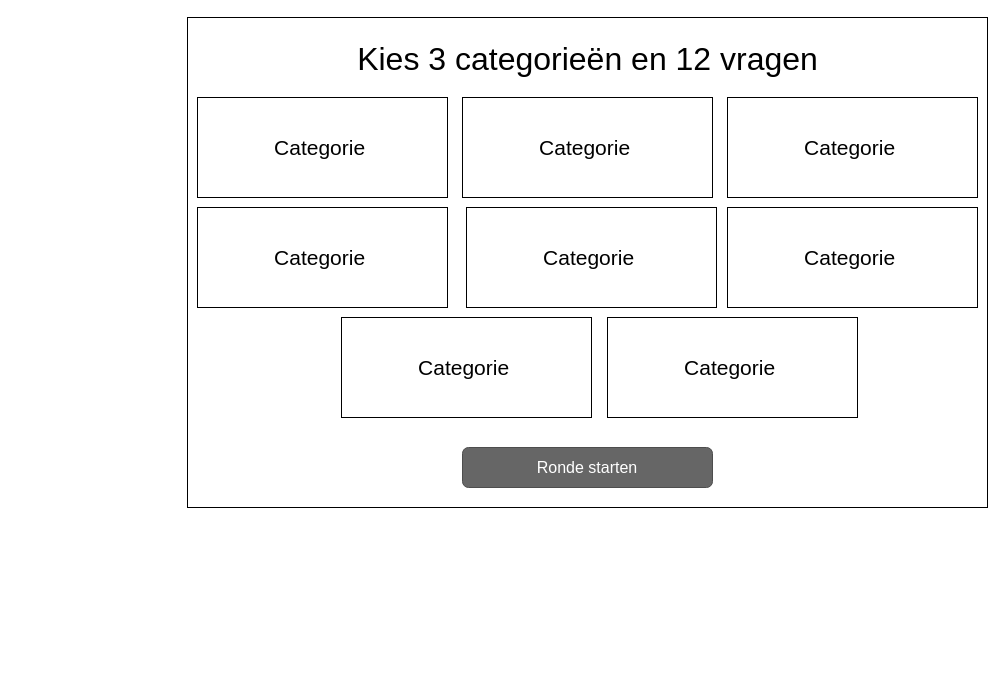
Before: page "Master (category select)" (5 of 13) of wireframes.drawio in Patrickroelofs/HANICA-DWA-Quizzer, a draw.io diagram. Source tidied: cells renumbered, new cells numbered last; positions are measured from the earlier drawing's top-left corner, leaving out a move shared by most shapes. Both pictures are drawn from the tidied source at 100%, with x=0, y=0 at pixel (187, 17).
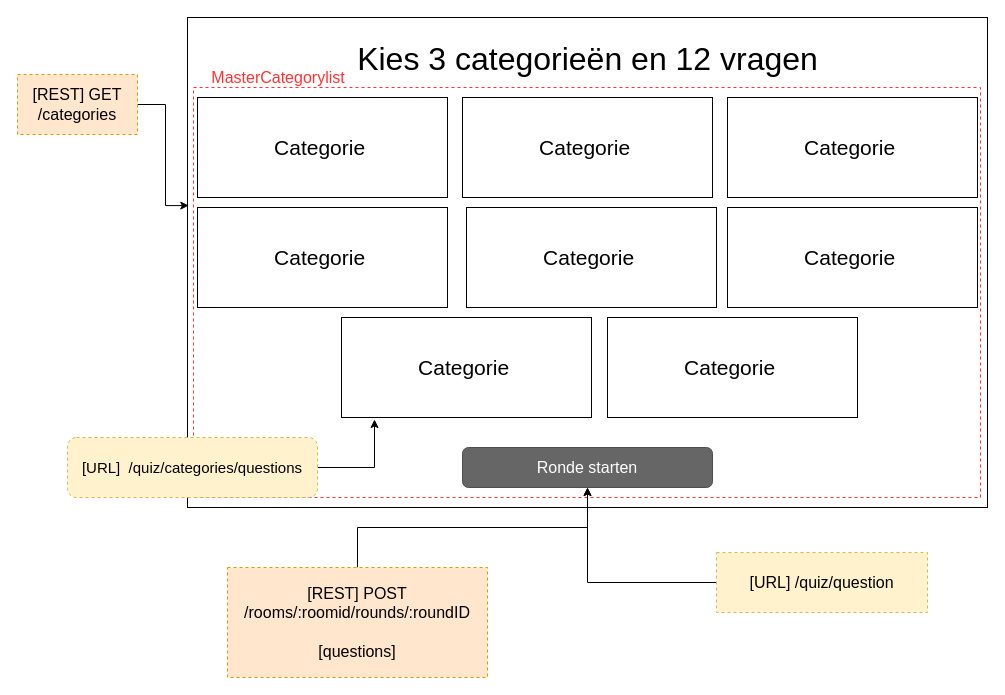
After the change.

Unchanged cells that the change refers to:
```xml
<mxCell id="7" value="&lt;font style=&quot;font-size: 16px&quot;&gt;Ronde starten&lt;/font&gt;" style="rounded=1;html=1;shadow=0;dashed=0;whiteSpace=wrap;fontSize=10;fillColor=#666666;align=center;strokeColor=#4D4D4D;fontColor=#ffffff;" parent="1" vertex="1">
  <mxGeometry x="275" y="430" width="250" height="40" as="geometry" />
</mxCell>
<mxCell id="27" style="rounded=0;whiteSpace=wrap;html=1;strokeColor=#000000;fontSize=18;" parent="26" vertex="1">
  <mxGeometry width="250" height="100" as="geometry" />
</mxCell>
```

The edit, as a diff of the source:
```diff
@@
+    <mxCell id="29" style="rounded=0;whiteSpace=wrap;html=1;dashed=1;labelBackgroundColor=none;strokeColor=#FF3333;fillColor=none;fontSize=16;fontColor=#FF3333;align=center;" parent="1" vertex="1">
+      <mxGeometry x="6" y="70" width="787" height="410" as="geometry" />
+    </mxCell>
@@
+    <mxCell id="30" style="edgeStyle=orthogonalEdgeStyle;rounded=0;jettySize=auto;html=1;entryX=0.132;entryY=1.02;entryDx=0;entryDy=0;entryPerimeter=0;fontSize=16;fontColor=#FF3333;" parent="1" edge="1" source="31" target="27">
+      <mxGeometry relative="1" as="geometry" />
+    </mxCell>
+    <mxCell id="31" value="&lt;span style=&quot;font-size: 15px&quot;&gt;[URL]&amp;nbsp; /quiz/categories/questions&lt;/span&gt;" style="rounded=1;whiteSpace=wrap;html=1;dashed=1;labelBackgroundColor=none;strokeColor=#d6b656;fillColor=#fff2cc;fontSize=16;align=center;" parent="1" vertex="1">
+      <mxGeometry x="-120" y="420" width="250" height="60" as="geometry" />
+    </mxCell>
+    <mxCell id="32" style="edgeStyle=orthogonalEdgeStyle;rounded=0;jettySize=auto;html=1;entryX=0.5;entryY=1;entryDx=0;entryDy=0;fontSize=16;fontColor=#FF3333;" parent="1" edge="1" source="33" target="7">
+      <mxGeometry relative="1" as="geometry" />
+    </mxCell>
+    <mxCell id="33" value="[REST] POST&lt;br&gt;/rooms/:roomid/rounds/:roundID&lt;br&gt;&lt;br&gt;[questions]" style="rounded=0;whiteSpace=wrap;html=1;dashed=1;labelBackgroundColor=none;strokeColor=#d79b00;fillColor=#ffe6cc;fontSize=16;align=center;" parent="1" vertex="1">
+      <mxGeometry x="40" y="550" width="260" height="110" as="geometry" />
+    </mxCell>
+    <mxCell id="34" value="MasterCategorylist" style="text;html=1;strokeColor=none;fillColor=none;align=center;verticalAlign=middle;whiteSpace=wrap;rounded=0;dashed=1;labelBackgroundColor=none;fontSize=16;fontColor=#FF3333;" parent="1" vertex="1">
+      <mxGeometry x="6" y="50" width="170" height="20" as="geometry" />
+    </mxCell>
+    <mxCell id="35" style="edgeStyle=orthogonalEdgeStyle;rounded=0;jettySize=auto;html=1;entryX=0.5;entryY=1;entryDx=0;entryDy=0;fontSize=16;fontColor=#FF9933;" parent="1" edge="1" source="36" target="7">
+      <mxGeometry relative="1" as="geometry" />
+    </mxCell>
+    <mxCell id="36" value="[URL] /quiz/question" style="rounded=0;whiteSpace=wrap;html=1;dashed=1;labelBackgroundColor=none;strokeColor=#d6b656;fillColor=#fff2cc;fontSize=16;align=center;" parent="1" vertex="1">
+      <mxGeometry x="529" y="535" width="211" height="60" as="geometry" />
+    </mxCell>
+    <mxCell id="37" style="edgeStyle=orthogonalEdgeStyle;rounded=0;jettySize=auto;html=1;entryX=-0.006;entryY=0.288;entryDx=0;entryDy=0;entryPerimeter=0;fontSize=16;fontColor=#FF3333;" parent="1" edge="1" source="38" target="29">
+      <mxGeometry relative="1" as="geometry" />
+    </mxCell>
+    <mxCell id="38" value="[REST] GET&lt;br&gt;/categories" style="rounded=0;whiteSpace=wrap;html=1;dashed=1;labelBackgroundColor=none;strokeColor=#d79b00;fillColor=#ffe6cc;fontSize=16;align=center;" parent="1" vertex="1">
+      <mxGeometry x="-170" y="57" width="120" height="60" as="geometry" />
+    </mxCell>
```
